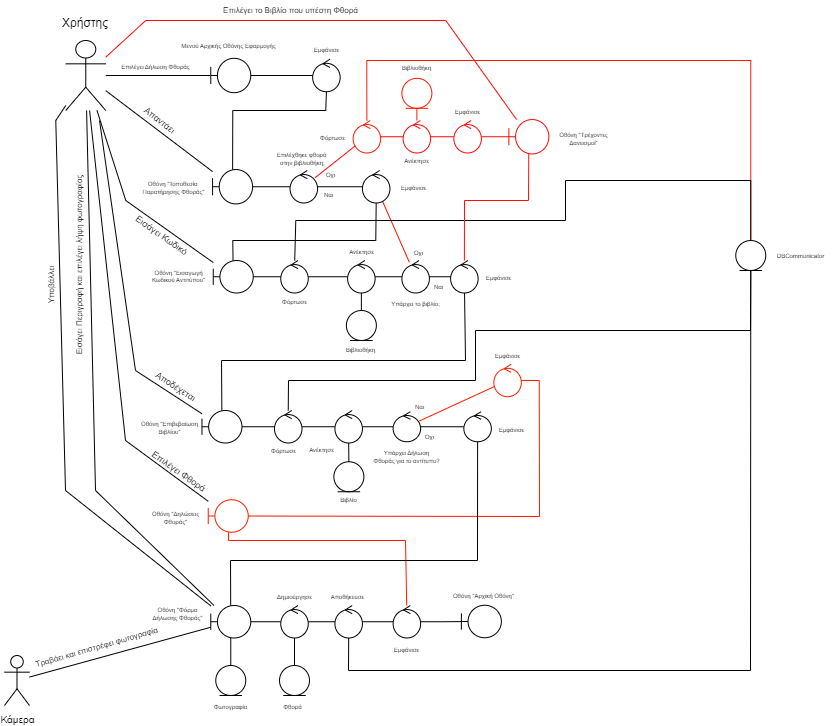
The draw.io diagram 2nd Assignment/Robustness Diagrams/Robustness-Diagram-v0.1-Δήλωση Φθοράς Βιβλίου.png in CallMeJasonYT/LibraVision, before a commit. Source tidied: cells renumbered, new cells last; positions are measured from the earlier drawing's top-left corner, leaving out a move shared by most shapes.
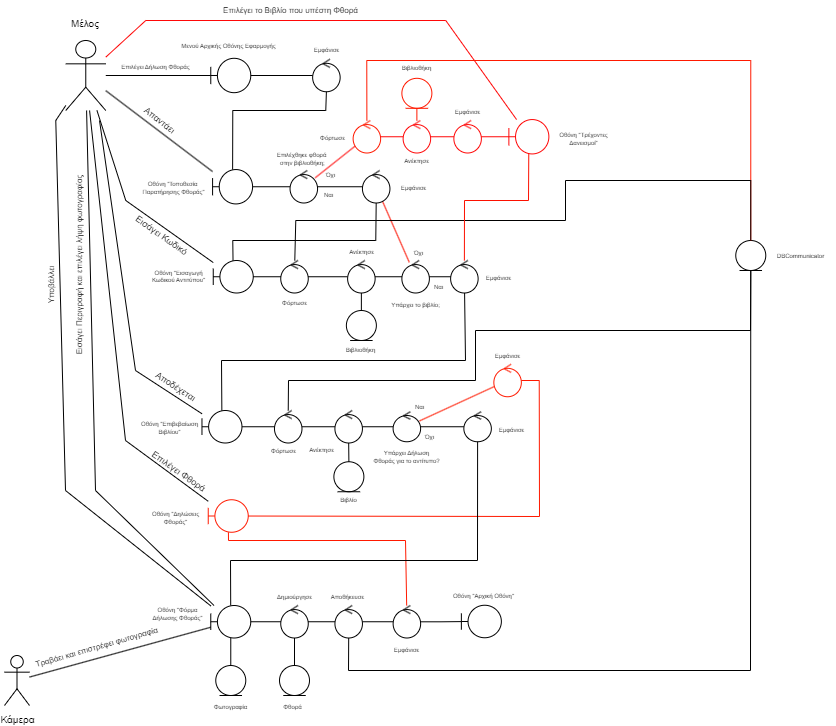
The same file after the commit.

Commit message:
Robustness-Diagram-v0.1-Δήλωση Φθοράς Βιβλίου

Change to the diagram source:
```diff
@@ -432,7 +432,7 @@
     <mxCell id="119" style="shape=umlActor;verticalLabelPosition=bottom;verticalAlign=top;html=1;outlineConnect=0;" parent="1" vertex="1">
       <mxGeometry x="86.3" y="40" width="40" height="70" as="geometry" />
     </mxCell>
-    <mxCell id="120" value="Χρήστης" style="text;html=1;align=center;verticalAlign=middle;whiteSpace=wrap;rounded=0;" parent="1" vertex="1">
+    <mxCell id="120" value="&lt;span style=&quot;font-size: 10px; text-wrap: nowrap;&quot;&gt;Μέλος&lt;/span&gt;" style="text;html=1;align=center;verticalAlign=middle;whiteSpace=wrap;rounded=0;" parent="1" vertex="1">
       <mxGeometry x="76.3" y="7.8" width="60" height="30" as="geometry" />
     </mxCell>
     <mxCell id="121" style="ellipse;shape=umlControl;whiteSpace=wrap;html=1;" parent="1" vertex="1">
```
